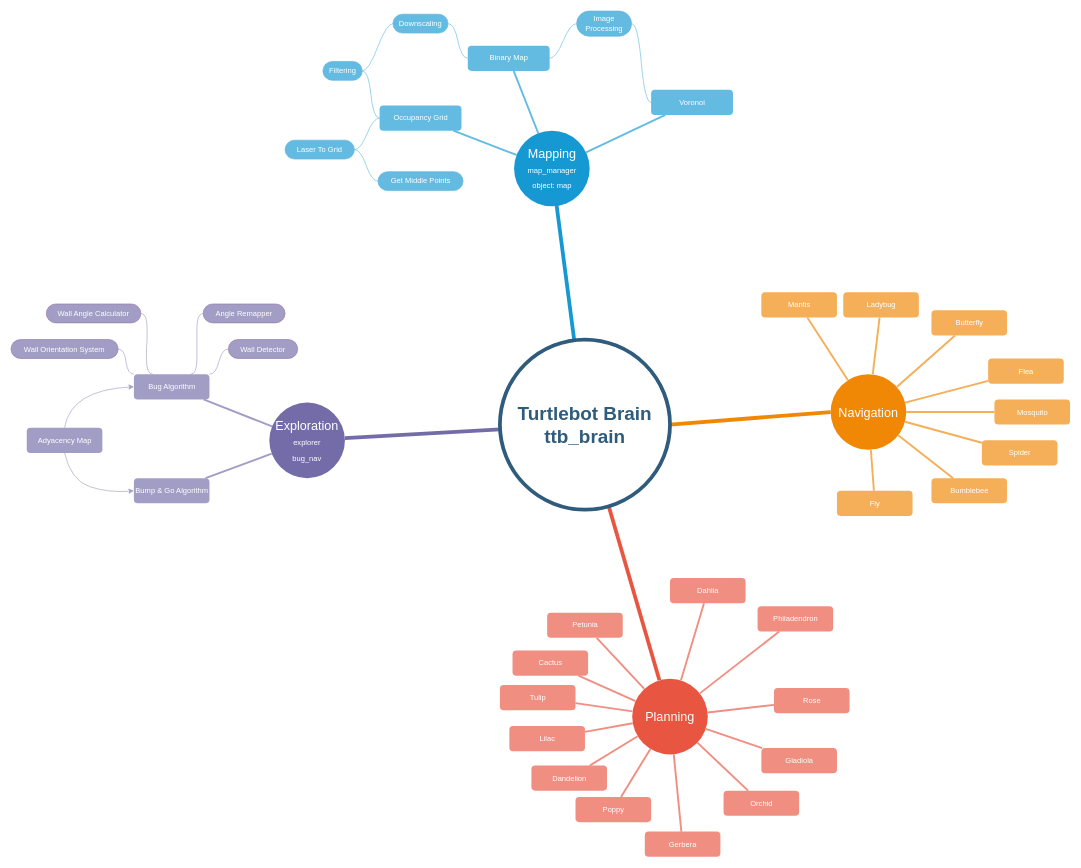
pariaspe/ttb-slam keeps this draw.io diagram as assets/Untitled Diagram.drawio. Above is the earlier version. Source tidied: cells renumbered, new cells numbered last; positions are measured from the earlier drawing's top-left corner, leaving out a move shared by most shapes. Both pictures are drawn from the tidied source at 63%, with x=0, y=0 at pixel (11, 11).
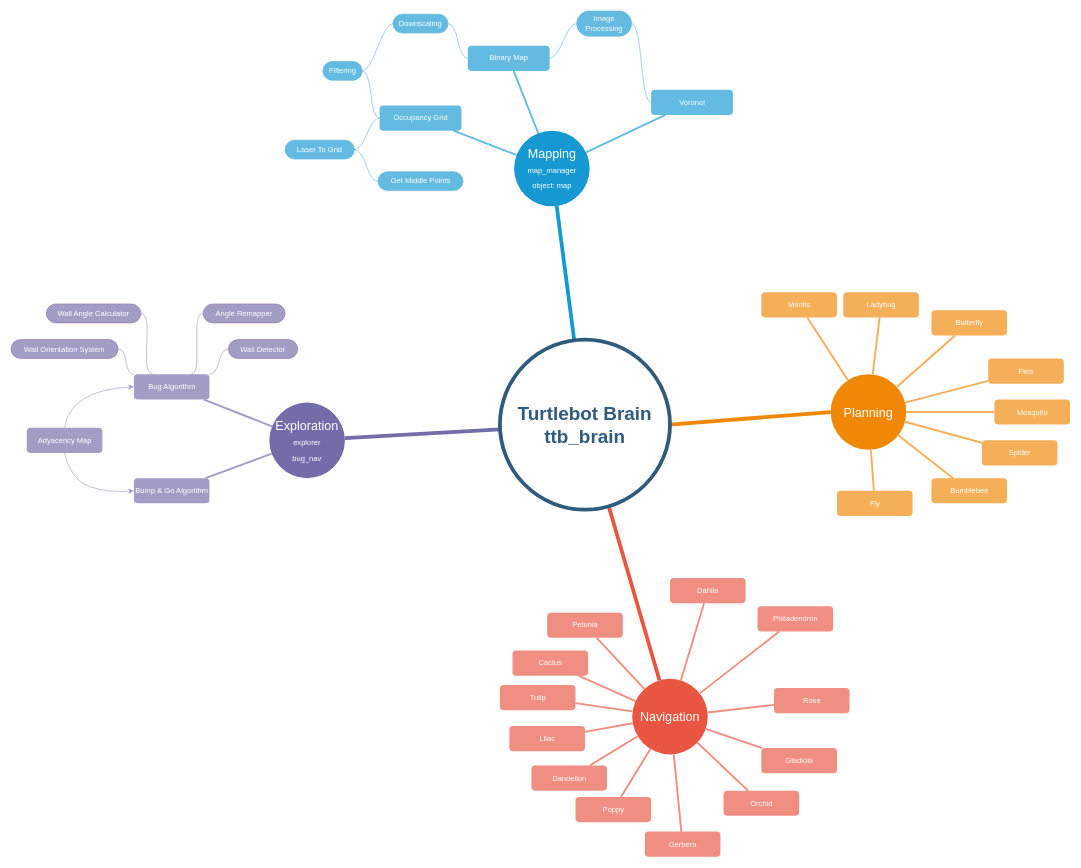
After the change.

What changed in the source:
```diff
@@
-    <mxCell id="5" value="Navigation" style="ellipse;whiteSpace=wrap;html=1;shadow=0;fontFamily=Helvetica;fontSize=20;fontColor=#FFFFFF;align=center;strokeWidth=3;fillColor=#F08705;strokeColor=none;gradientColor=none;" parent="1" vertex="1">
+    <mxCell id="5" value="Planning" style="ellipse;whiteSpace=wrap;html=1;shadow=0;fontFamily=Helvetica;fontSize=20;fontColor=#FFFFFF;align=center;strokeWidth=3;fillColor=#F08705;strokeColor=none;gradientColor=none;" parent="1" vertex="1">
       <mxGeometry x="1301" y="576.5" width="120" height="120" as="geometry" />
     </mxCell>
-    <mxCell id="6" value="Planning" style="ellipse;whiteSpace=wrap;html=1;shadow=0;fontFamily=Helvetica;fontSize=20;fontColor=#FFFFFF;align=center;strokeWidth=3;fillColor=#E85642;strokeColor=none;" parent="1" vertex="1">
+    <mxCell id="6" value="Navigation" style="ellipse;whiteSpace=wrap;html=1;shadow=0;fontFamily=Helvetica;fontSize=20;fontColor=#FFFFFF;align=center;strokeWidth=3;fillColor=#E85642;strokeColor=none;" parent="1" vertex="1">
       <mxGeometry x="986" y="1060" width="120" height="120" as="geometry" />
     </mxCell>
```
